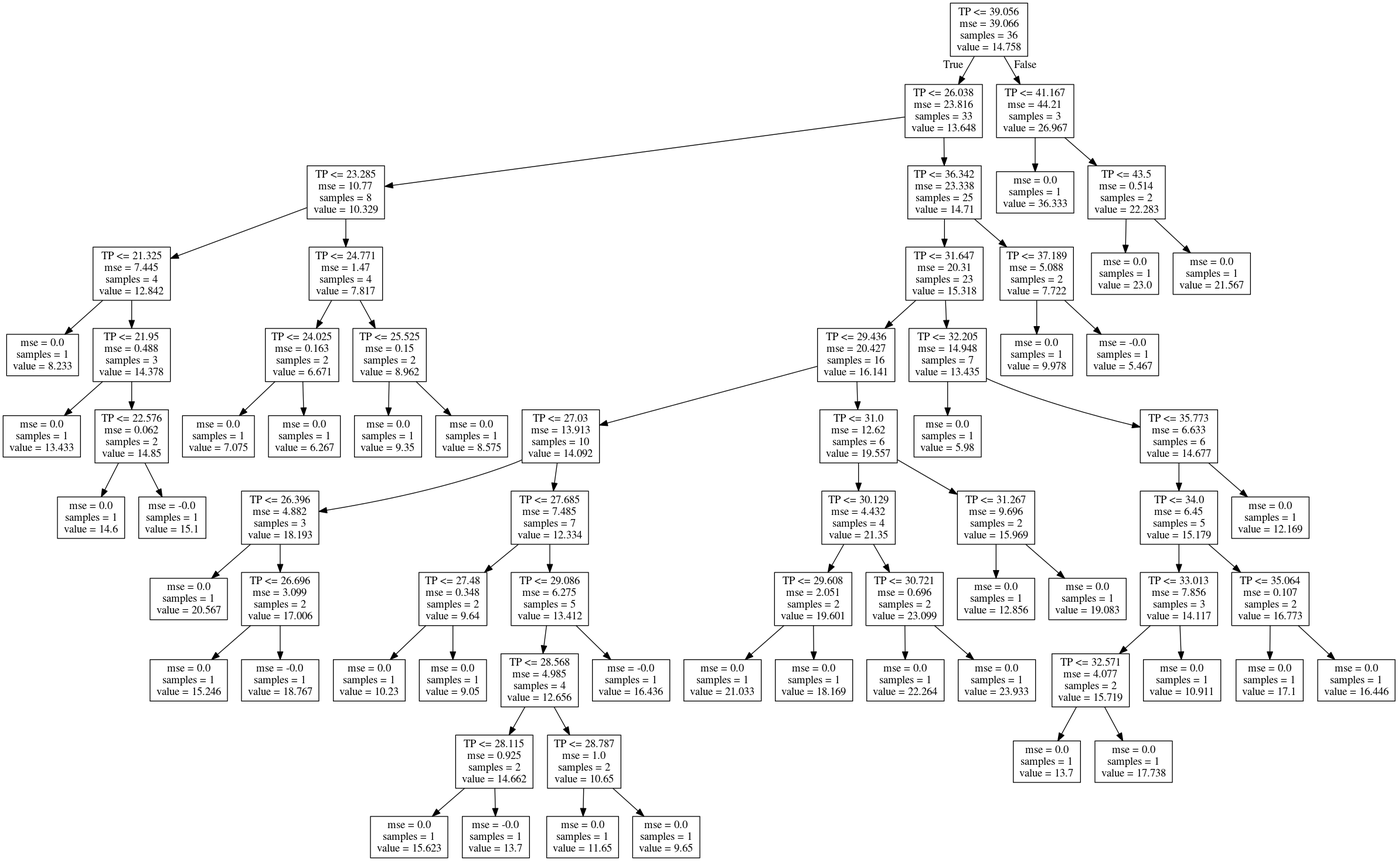
icra/WATExR keeps this Graphviz diagram as Norway_Morsa/Model_Development/Figures/Discretization_regTrees/summ_chla-TP.png. Above is the earlier version. Its source is kept beside it as Norway_Morsa/Model_Development/Figures/Discretization_regTrees/summ_chla-TP.dot.
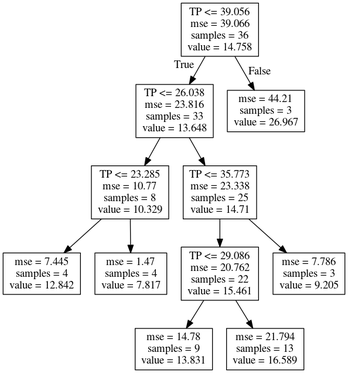
The same diagram one commit later.

Change to the diagram source:
```diff
@@ -3,142 +3,22 @@
 0 [label="TP <= 39.056\nmse = 39.066\nsamples = 36\nvalue = 14.758"] ;
 1 [label="TP <= 26.038\nmse = 23.816\nsamples = 33\nvalue = 13.648"] ;
 0 -> 1 [labeldistance=2.5, labelangle=45, headlabel="True"] ;
-2 [label="TP <= 23.285\nmse = 10.77\nsamples = 8\nvalue = 10.329"] ;
-1 -> 2 ;
-3 [label="TP <= 21.325\nmse = 7.445\nsamples = 4\nvalue = 12.842"] ;
-2 -> 3 ;
-4 [label="mse = 0.0\nsamples = 1\nvalue = 8.233"] ;
-3 -> 4 ;
-5 [label="TP <= 21.95\nmse = 0.488\nsamples = 3\nvalue = 14.378"] ;
-3 -> 5 ;
-6 [label="mse = 0.0\nsamples = 1\nvalue = 13.433"] ;
-5 -> 6 ;
-7 [label="TP <= 22.576\nmse = 0.062\nsamples = 2\nvalue = 14.85"] ;
-5 -> 7 ;
-8 [label="mse = 0.0\nsamples = 1\nvalue = 14.6"] ;
-7 -> 8 ;
-9 [label="mse = -0.0\nsamples = 1\nvalue = 15.1"] ;
-7 -> 9 ;
-10 [label="TP <= 24.771\nmse = 1.47\nsamples = 4\nvalue = 7.817"] ;
-2 -> 10 ;
-11 [label="TP <= 24.025\nmse = 0.163\nsamples = 2\nvalue = 6.671"] ;
-10 -> 11 ;
-12 [label="mse = 0.0\nsamples = 1\nvalue = 7.075"] ;
-11 -> 12 ;
-13 [label="mse = 0.0\nsamples = 1\nvalue = 6.267"] ;
-11 -> 13 ;
-14 [label="TP <= 25.525\nmse = 0.15\nsamples = 2\nvalue = 8.962"] ;
-10 -> 14 ;
-15 [label="mse = 0.0\nsamples = 1\nvalue = 9.35"] ;
-14 -> 15 ;
-16 [label="mse = 0.0\nsamples = 1\nvalue = 8.575"] ;
-14 -> 16 ;
-17 [label="TP <= 36.342\nmse = 23.338\nsamples = 25\nvalue = 14.71"] ;
-1 -> 17 ;
-18 [label="TP <= 31.647\nmse = 20.31\nsamples = 23\nvalue = 15.318"] ;
-17 -> 18 ;
-19 [label="TP <= 29.436\nmse = 20.427\nsamples = 16\nvalue = 16.141"] ;
-18 -> 19 ;
-20 [label="TP <= 27.03\nmse = 13.913\nsamples = 10\nvalue = 14.092"] ;
-19 -> 20 ;
-21 [label="TP <= 26.396\nmse = 4.882\nsamples = 3\nvalue = 18.193"] ;
-20 -> 21 ;
-22 [label="mse = 0.0\nsamples = 1\nvalue = 20.567"] ;
-21 -> 22 ;
-23 [label="TP <= 26.696\nmse = 3.099\nsamples = 2\nvalue = 17.006"] ;
-21 -> 23 ;
-24 [label="mse = 0.0\nsamples = 1\nvalue = 15.246"] ;
-23 -> 24 ;
-25 [label="mse = -0.0\nsamples = 1\nvalue = 18.767"] ;
-23 -> 25 ;
-26 [label="TP <= 27.685\nmse = 7.485\nsamples = 7\nvalue = 12.334"] ;
-20 -> 26 ;
-27 [label="TP <= 27.48\nmse = 0.348\nsamples = 2\nvalue = 9.64"] ;
-26 -> 27 ;
-28 [label="mse = 0.0\nsamples = 1\nvalue = 10.23"] ;
-27 -> 28 ;
-29 [label="mse = 0.0\nsamples = 1\nvalue = 9.05"] ;
-27 -> 29 ;
-30 [label="TP <= 29.086\nmse = 6.275\nsamples = 5\nvalue = 13.412"] ;
-26 -> 30 ;
-31 [label="TP <= 28.568\nmse = 4.985\nsamples = 4\nvalue = 12.656"] ;
-30 -> 31 ;
-32 [label="TP <= 28.115\nmse = 0.925\nsamples = 2\nvalue = 14.662"] ;
-31 -> 32 ;
-33 [label="mse = 0.0\nsamples = 1\nvalue = 15.623"] ;
-32 -> 33 ;
-34 [label="mse = -0.0\nsamples = 1\nvalue = 13.7"] ;
-32 -> 34 ;
-35 [label="TP <= 28.787\nmse = 1.0\nsamples = 2\nvalue = 10.65"] ;
-31 -> 35 ;
-36 [label="mse = 0.0\nsamples = 1\nvalue = 11.65"] ;
-35 -> 36 ;
-37 [label="mse = 0.0\nsamples = 1\nvalue = 9.65"] ;
-35 -> 37 ;
-38 [label="mse = -0.0\nsamples = 1\nvalue = 16.436"] ;
-30 -> 38 ;
-39 [label="TP <= 31.0\nmse = 12.62\nsamples = 6\nvalue = 19.557"] ;
-19 -> 39 ;
-40 [label="TP <= 30.129\nmse = 4.432\nsamples = 4\nvalue = 21.35"] ;
-39 -> 40 ;
-41 [label="TP <= 29.608\nmse = 2.051\nsamples = 2\nvalue = 19.601"] ;
-40 -> 41 ;
-42 [label="mse = 0.0\nsamples = 1\nvalue = 21.033"] ;
-41 -> 42 ;
-43 [label="mse = 0.0\nsamples = 1\nvalue = 18.169"] ;
-41 -> 43 ;
-44 [label="TP <= 30.721\nmse = 0.696\nsamples = 2\nvalue = 23.099"] ;
-40 -> 44 ;
-45 [label="mse = 0.0\nsamples = 1\nvalue = 22.264"] ;
-44 -> 45 ;
-46 [label="mse = 0.0\nsamples = 1\nvalue = 23.933"] ;
-44 -> 46 ;
-47 [label="TP <= 31.267\nmse = 9.696\nsamples = 2\nvalue = 15.969"] ;
-39 -> 47 ;
-48 [label="mse = 0.0\nsamples = 1\nvalue = 12.856"] ;
-47 -> 48 ;
-49 [label="mse = 0.0\nsamples = 1\nvalue = 19.083"] ;
-47 -> 49 ;
-50 [label="TP <= 32.205\nmse = 14.948\nsamples = 7\nvalue = 13.435"] ;
-18 -> 50 ;
-51 [label="mse = 0.0\nsamples = 1\nvalue = 5.98"] ;
-50 -> 51 ;
-52 [label="TP <= 35.773\nmse = 6.633\nsamples = 6\nvalue = 14.677"] ;
-50 -> 52 ;
-53 [label="TP <= 34.0\nmse = 6.45\nsamples = 5\nvalue = 15.179"] ;
-52 -> 53 ;
-54 [label="TP <= 33.013\nmse = 7.856\nsamples = 3\nvalue = 14.117"] ;
-53 -> 54 ;
-55 [label="TP <= 32.571\nmse = 4.077\nsamples = 2\nvalue = 15.719"] ;
-54 -> 55 ;
-56 [label="mse = 0.0\nsamples = 1\nvalue = 13.7"] ;
-55 -> 56 ;
-57 [label="mse = 0.0\nsamples = 1\nvalue = 17.738"] ;
-55 -> 57 ;
-58 [label="mse = 0.0\nsamples = 1\nvalue = 10.911"] ;
-54 -> 58 ;
-59 [label="TP <= 35.064\nmse = 0.107\nsamples = 2\nvalue = 16.773"] ;
-53 -> 59 ;
-60 [label="mse = 0.0\nsamples = 1\nvalue = 17.1"] ;
-59 -> 60 ;
-61 [label="mse = 0.0\nsamples = 1\nvalue = 16.446"] ;
-59 -> 61 ;
-62 [label="mse = 0.0\nsamples = 1\nvalue = 12.169"] ;
-52 -> 62 ;
-63 [label="TP <= 37.189\nmse = 5.088\nsamples = 2\nvalue = 7.722"] ;
-17 -> 63 ;
-64 [label="mse = 0.0\nsamples = 1\nvalue = 9.978"] ;
-63 -> 64 ;
-65 [label="mse = -0.0\nsamples = 1\nvalue = 5.467"] ;
-63 -> 65 ;
-66 [label="TP <= 41.167\nmse = 44.21\nsamples = 3\nvalue = 26.967"] ;
-0 -> 66 [labeldistance=2.5, labelangle=-45, headlabel="False"] ;
-67 [label="mse = 0.0\nsamples = 1\nvalue = 36.333"] ;
-66 -> 67 ;
-68 [label="TP <= 43.5\nmse = 0.514\nsamples = 2\nvalue = 22.283"] ;
-66 -> 68 ;
-69 [label="mse = 0.0\nsamples = 1\nvalue = 23.0"] ;
-68 -> 69 ;
-70 [label="mse = 0.0\nsamples = 1\nvalue = 21.567"] ;
-68 -> 70 ;
+3 [label="TP <= 23.285\nmse = 10.77\nsamples = 8\nvalue = 10.329"] ;
+1 -> 3 ;
+7 [label="mse = 7.445\nsamples = 4\nvalue = 12.842"] ;
+3 -> 7 ;
+8 [label="mse = 1.47\nsamples = 4\nvalue = 7.817"] ;
+3 -> 8 ;
+4 [label="TP <= 35.773\nmse = 23.338\nsamples = 25\nvalue = 14.71"] ;
+1 -> 4 ;
+5 [label="TP <= 29.086\nmse = 20.762\nsamples = 22\nvalue = 15.461"] ;
+4 -> 5 ;
+9 [label="mse = 14.78\nsamples = 9\nvalue = 13.831"] ;
+5 -> 9 ;
+10 [label="mse = 21.794\nsamples = 13\nvalue = 16.589"] ;
+5 -> 10 ;
+6 [label="mse = 7.786\nsamples = 3\nvalue = 9.205"] ;
+4 -> 6 ;
+2 [label="mse = 44.21\nsamples = 3\nvalue = 26.967"] ;
+0 -> 2 [labeldistance=2.5, labelangle=-45, headlabel="False"] ;
 }
```
